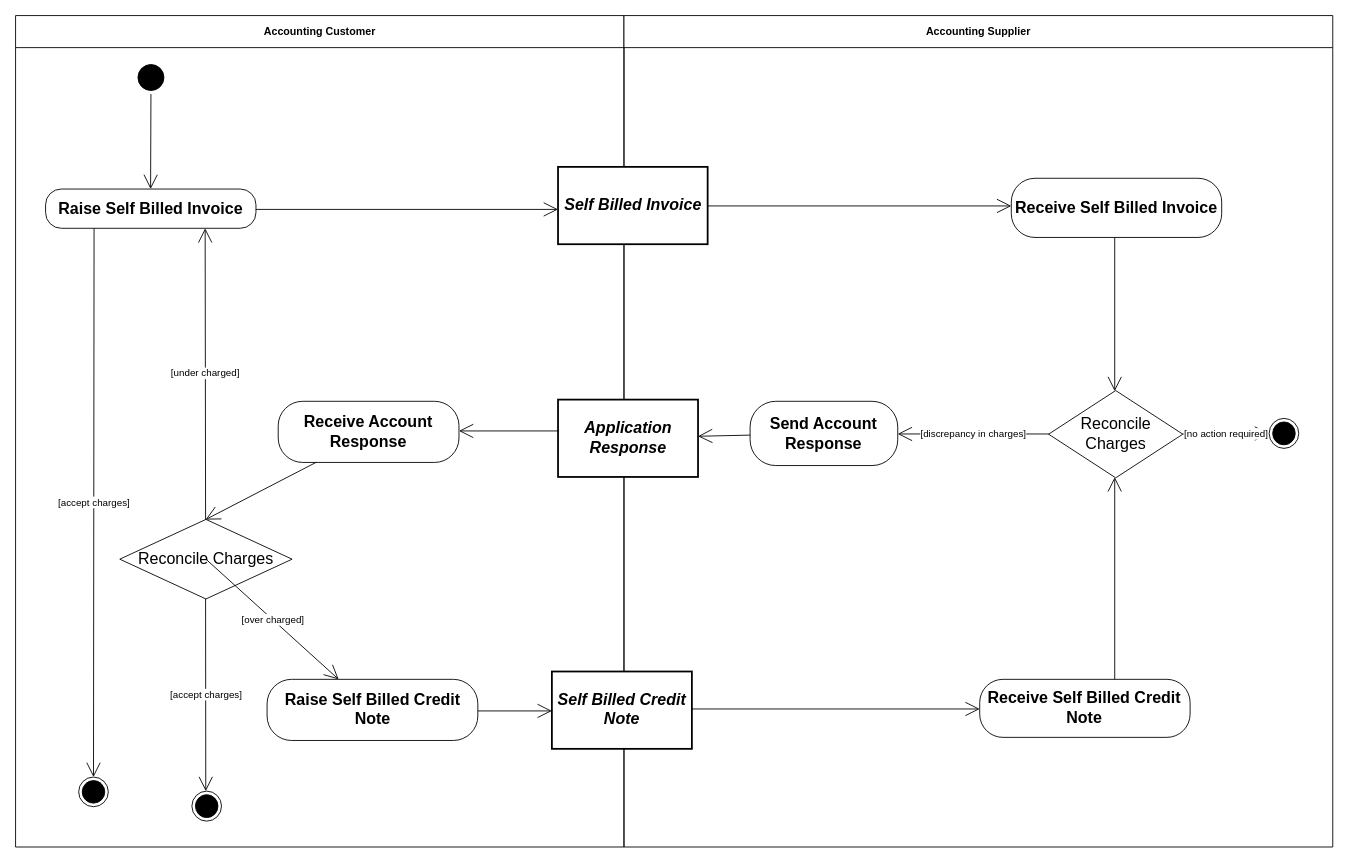
Earlier version of the draw.io diagram diagrams/UBL-2.0-SelfBillingwithSelfBilledCreditNoteProcess/UBL-2.0-SelfBillingwithSelfBilledCreditNoteProcess.drawio (kduvekot/ubl-work-on-svg-images). Source tidied: cells renumbered, new cells numbered last; positions are measured from the earlier drawing's top-left corner, leaving out a move shared by most shapes. Both pictures are drawn from the tidied source at 89%, with x=0, y=0 at pixel (15, 15).
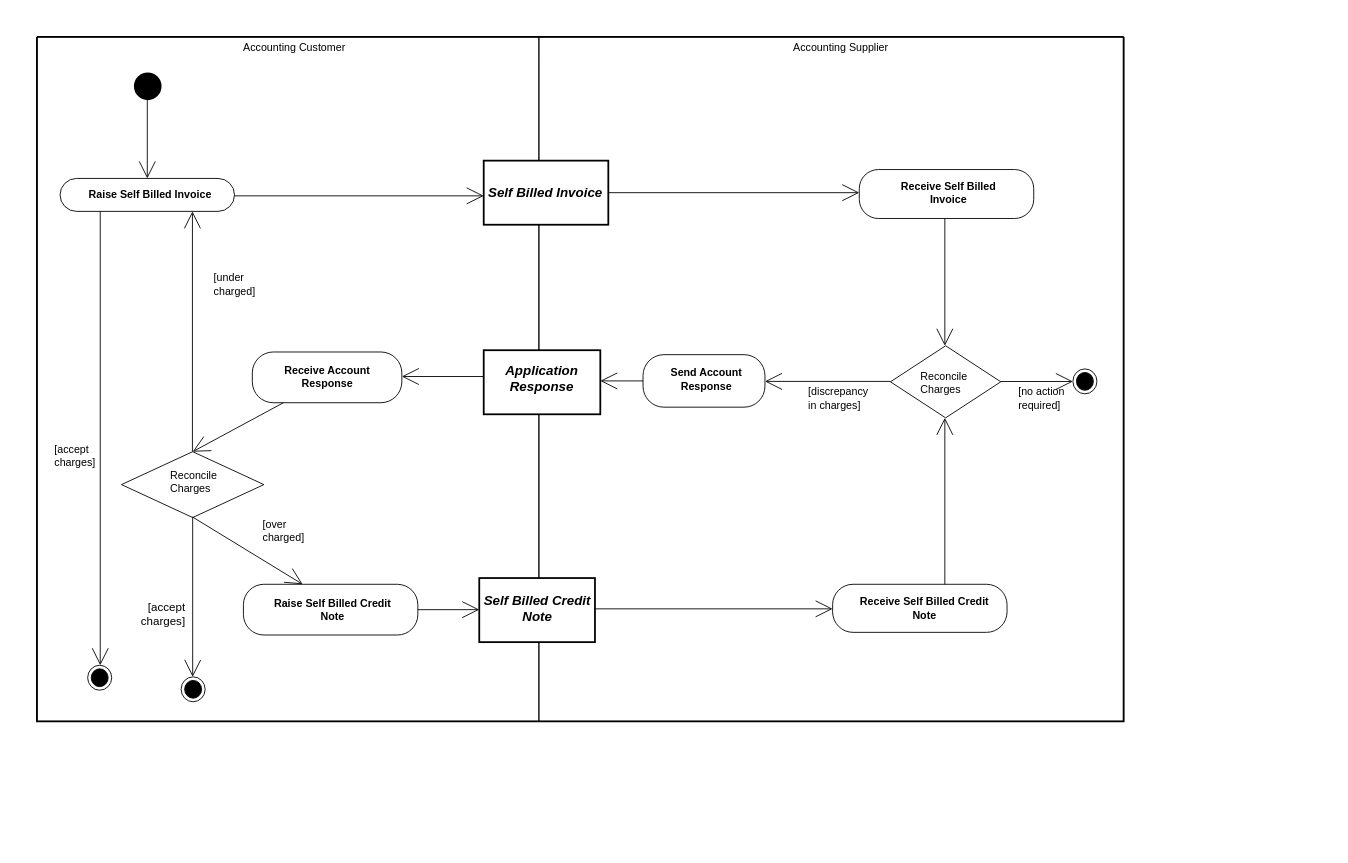
The same page after the edit.

Change to the diagram source:
```diff
@@
+    <mxCell id="35" style="swimlane;html=1;startSize=0;whiteSpace=wrap;fillColor=none;strokeWidth=2;" parent="1" vertex="1">
+      <mxGeometry x="24" y="24" width="1221" height="769" as="geometry" />
+    </mxCell>
-    <mxCell id="2" value="Accounting Customer" style="swimlane;whiteSpace=wrap;html=1;startSize=36;" parent="1" vertex="1">
-      <mxGeometry width="683.6" height="934.2" as="geometry" />
+    <mxCell id="2" value="Accounting Customer" style="swimlane;horizontal=1;startSize=24;swimlaneLine=0;html=1;fillColor=none;fontSize=12;fontStyle=0;spacing=0;spacingLeft=14;" parent="35" vertex="1">
+      <mxGeometry width="564" height="769" as="geometry" />
     </mxCell>
-    <mxCell id="3" value="Accounting Supplier" style="swimlane;whiteSpace=wrap;html=1;startSize=36;" parent="1" vertex="1">
-      <mxGeometry x="683.6" width="796.4" height="934.2" as="geometry" />
+    <mxCell id="3" value="Accounting Supplier" style="swimlane;horizontal=1;startSize=24;swimlaneLine=0;html=1;fillColor=none;fontSize=12;fontStyle=0;spacing=0;spacingLeft=20;" parent="35" vertex="1">
+      <mxGeometry x="564" width="657" height="769" as="geometry" />
     </mxCell>
-    <mxCell id="4" style="ellipse;html=1;shape=startState;fillColor=#000000;strokeColor=#000000;fontFamily=Helvetica;fontSize=18;" parent="1" vertex="1">
-      <mxGeometry x="133.5" y="51" width="37.2" height="37.2" as="geometry" />
+    <mxCell id="4" style="ellipse;shape=startState;fillColor=#000000;strokeColor=none;html=1;" parent="2" vertex="1">
+      <mxGeometry x="105" y="36" width="39" height="39" as="geometry" />
     </mxCell>
-    <mxCell id="5" value="Self Billed Invoice" style="rounded=0;whiteSpace=wrap;html=1;fontStyle=3;strokeWidth=2;fontFamily=Helvetica;fontSize=18;" parent="1" vertex="1">
-      <mxGeometry x="609.5" y="170" width="168.1" height="86.9" as="geometry" />
+    <mxCell id="5" value="Self Billed Invoice" style="rounded=0;html=1;whiteSpace=nowrap;fontSize=15;fontStyle=3;align=center;verticalAlign=middle;spacing=0;spacingRight=2;spacingBottom=3;strokeWidth=2;" parent="3" vertex="1">
+      <mxGeometry x="-62" y="139" width="140" height="72" as="geometry" />
     </mxCell>
-    <mxCell id="6" value="Receive Self Billed Invoice" style="rounded=1;arcSize=40;whiteSpace=wrap;html=1;fontStyle=1;fontFamily=Helvetica;fontSize=18;" parent="1" vertex="1">
-      <mxGeometry x="1118.8" y="182.8" width="236.4" height="66.5" as="geometry" />
+    <mxCell id="6" value="Receive Self Billed&lt;br&gt;Invoice" style="rounded=1;absoluteArcSize=1;arcSize=43;html=1;whiteSpace=nowrap;fontSize=12;fontStyle=1;align=center;verticalAlign=middle;spacing=0;spacingLeft=3;spacingBottom=3;" parent="3" vertex="1">
+      <mxGeometry x="360" y="149" width="196" height="55" as="geometry" />
     </mxCell>
-    <mxCell id="7" value="Raise Self Billed Invoice" style="rounded=1;arcSize=40;whiteSpace=wrap;html=1;fontStyle=1;fontFamily=Helvetica;fontSize=18;" parent="1" vertex="1">
-      <mxGeometry x="33.7" y="194.9" width="236.4" height="44.1" as="geometry" />
+    <mxCell id="7" value="Raise Self Billed Invoice" style="rounded=1;absoluteArcSize=1;arcSize=46;html=1;whiteSpace=nowrap;fontSize=12;fontStyle=1;align=center;verticalAlign=middle;spacing=0;spacingLeft=6;" parent="2" vertex="1">
+      <mxGeometry x="26" y="159" width="196" height="37" as="geometry" />
     </mxCell>
-    <mxCell id="8" value="Reconcile Charges" style="rhombus;whiteSpace=wrap;html=1;fontFamily=Helvetica;fontSize=18;" parent="1" vertex="1">
-      <mxGeometry x="1160.7" y="421.3" width="150.8" height="98.1" as="geometry" />
+    <mxCell id="8" value="Reconcile&lt;br&gt;Charges" style="rhombus;html=1;whiteSpace=nowrap;fontSize=12;fontStyle=0;align=left;verticalAlign=middle;spacing=0;spacingLeft=34;spacingTop=2;" parent="3" vertex="1">
+      <mxGeometry x="395" y="347" width="124" height="81" as="geometry" />
     </mxCell>
-    <mxCell id="9" value="Receive Account Response" style="rounded=1;arcSize=40;whiteSpace=wrap;html=1;fontStyle=1;fontFamily=Helvetica;fontSize=18;" parent="1" vertex="1">
-      <mxGeometry x="295.1" y="433.4" width="203.1" height="68.7" as="geometry" />
+    <mxCell id="9" value="Receive Account&lt;br&gt;Response" style="rounded=1;absoluteArcSize=1;arcSize=47;html=1;whiteSpace=nowrap;fontSize=12;fontStyle=1;align=center;verticalAlign=middle;spacing=0;spacingBottom=2;" parent="2" vertex="1">
+      <mxGeometry x="242" y="354" width="168" height="57" as="geometry" />
     </mxCell>
-    <mxCell id="10" value="Application Response" style="rounded=0;whiteSpace=wrap;html=1;fontStyle=3;strokeWidth=2;fontFamily=Helvetica;fontSize=18;" parent="1" vertex="1">
-      <mxGeometry x="609.5" y="431.5" width="157.3" height="86.9" as="geometry" />
+    <mxCell id="10" value="Application&lt;br&gt;Response" style="rounded=0;html=1;whiteSpace=nowrap;fontSize=15;fontStyle=3;align=center;verticalAlign=middle;spacing=0;spacingRight=2;spacingBottom=10;strokeWidth=2;" parent="3" vertex="1">
+      <mxGeometry x="-62" y="352" width="131" height="72" as="geometry" />
     </mxCell>
-    <mxCell id="11" value="Send Account Response" style="rounded=1;arcSize=40;whiteSpace=wrap;html=1;fontStyle=1;fontFamily=Helvetica;fontSize=18;" parent="1" vertex="1">
-      <mxGeometry x="825.3" y="433.4" width="165.9" height="72.2" as="geometry" />
+    <mxCell id="11" value="Send Account&lt;br&gt;Response" style="rounded=1;absoluteArcSize=1;arcSize=47;html=1;whiteSpace=nowrap;fontSize=12;fontStyle=1;align=center;verticalAlign=middle;spacing=0;spacingLeft=4;spacingBottom=4;" parent="3" vertex="1">
+      <mxGeometry x="117" y="357" width="137" height="59" as="geometry" />
     </mxCell>
-    <mxCell id="12" style="ellipse;html=1;shape=endState;fillColor=#000000;strokeColor=#000000;fontFamily=Helvetica;fontSize=18;" parent="1" vertex="1">
-      <mxGeometry x="1408.5" y="452.6" width="33.3" height="33.7" as="geometry" />
+    <mxCell id="12" style="ellipse;shape=endState;fillColor=#000000;html=1;" parent="3" vertex="1">
+      <mxGeometry x="600" y="373" width="27" height="28" as="geometry" />
     </mxCell>
-    <mxCell id="13" value="Reconcile Charges" style="rhombus;whiteSpace=wrap;html=1;fontFamily=Helvetica;fontSize=18;" parent="1" vertex="1">
-      <mxGeometry x="117.1" y="566.1" width="193.6" height="89.4" as="geometry" />
+    <mxCell id="13" value="Reconcile&lt;br&gt;Charges" style="rhombus;html=1;whiteSpace=nowrap;fontSize=12;fontStyle=0;align=left;verticalAlign=middle;spacing=0;spacingLeft=55;spacingBottom=6;" parent="2" vertex="1">
+      <mxGeometry x="95" y="466" width="160" height="74" as="geometry" />
     </mxCell>
-    <mxCell id="14" value="Self Billed Credit Note" style="rounded=0;whiteSpace=wrap;html=1;fontStyle=3;strokeWidth=2;fontFamily=Helvetica;fontSize=18;" parent="1" vertex="1">
-      <mxGeometry x="602.6" y="737" width="157.3" height="86.9" as="geometry" />
+    <mxCell id="14" value="Self Billed Credit&lt;br&gt;Note" style="rounded=0;html=1;whiteSpace=nowrap;fontSize=15;fontStyle=3;align=center;verticalAlign=middle;spacing=0;spacingRight=1;spacingBottom=4;strokeWidth=2;" parent="3" vertex="1">
+      <mxGeometry x="-67" y="608" width="130" height="72" as="geometry" />
     </mxCell>
-    <mxCell id="15" value="Raise Self Billed Credit Note" style="rounded=1;arcSize=40;whiteSpace=wrap;html=1;fontStyle=1;fontFamily=Helvetica;fontSize=18;" parent="1" vertex="1">
-      <mxGeometry x="282.6" y="745.8" width="236.8" height="68.7" as="geometry" />
+    <mxCell id="15" value="Raise Self Billed Credit&lt;br&gt;Note" style="rounded=1;absoluteArcSize=1;arcSize=46;html=1;whiteSpace=nowrap;fontSize=12;fontStyle=1;align=center;verticalAlign=middle;spacing=0;spacingLeft=4;" parent="2" vertex="1">
+      <mxGeometry x="232" y="615" width="196" height="57" as="geometry" />
     </mxCell>
-    <mxCell id="16" value="Receive Self Billed Credit Note" style="rounded=1;arcSize=40;whiteSpace=wrap;html=1;fontStyle=1;fontFamily=Helvetica;fontSize=18;" parent="1" vertex="1">
-      <mxGeometry x="1083.3" y="745.8" width="236.4" height="65.2" as="geometry" />
+    <mxCell id="16" value="Receive Self Billed Credit&lt;br&gt;Note" style="rounded=1;absoluteArcSize=1;arcSize=46;html=1;whiteSpace=nowrap;fontSize=12;fontStyle=1;align=center;verticalAlign=middle;spacing=0;spacingLeft=9;spacingBottom=1;" parent="3" vertex="1">
+      <mxGeometry x="330" y="615" width="196" height="54" as="geometry" />
     </mxCell>
-    <mxCell id="17" style="ellipse;html=1;shape=endState;fillColor=#000000;strokeColor=#000000;fontFamily=Helvetica;fontSize=18;" parent="1" vertex="1">
-      <mxGeometry x="70.9" y="855.6" width="33.3" height="33.3" as="geometry" />
+    <mxCell id="17" style="ellipse;shape=endState;fillColor=#000000;html=1;" parent="2" vertex="1">
+      <mxGeometry x="57" y="706" width="27" height="28" as="geometry" />
     </mxCell>
-    <mxCell id="18" style="ellipse;html=1;shape=endState;fillColor=#000000;strokeColor=#000000;fontFamily=Helvetica;fontSize=18;" parent="1" vertex="1">
-      <mxGeometry x="198.1" y="871.4" width="33.3" height="33.7" as="geometry" />
+    <mxCell id="18" style="ellipse;shape=endState;fillColor=#000000;html=1;" parent="2" vertex="1">
+      <mxGeometry x="162" y="719" width="27" height="28" as="geometry" />
     </mxCell>
-    <mxCell id="19" style="edgeStyle=none;rounded=0;html=1;endArrow=open;endFill=0;endSize=14;exitX=0.4892;exitY=1.0;entryX=0.4992;entryY=0.0;" parent="1" edge="1" source="4" target="7">
+    <mxCell id="19" style="edgeStyle=none;rounded=0;html=1;endArrow=open;endFill=0;endSize=17;exitPerimeter=0;entryX=0.5;entryY=0;entryPerimeter=0;exitX=0.487179;exitY=0.8969;" parent="2" edge="1" source="4" target="7">
       <mxGeometry relative="1" as="geometry" />
     </mxCell>
-    <mxCell id="20" style="edgeStyle=none;rounded=0;html=1;endArrow=open;endFill=0;endSize=14;exitX=1.0;exitY=0.5052;entryX=0.0;entryY=0.4677;" parent="1" edge="1" source="5" target="6">
+    <mxCell id="20" style="edgeStyle=none;rounded=0;html=1;endArrow=open;endFill=0;endSize=17;exitX=1;exitY=0.5;exitPerimeter=0;entryPerimeter=0;entryX=0;entryY=0.472727;" parent="3" edge="1" source="5" target="6">
       <mxGeometry relative="1" as="geometry" />
     </mxCell>
-    <mxCell id="21" style="edgeStyle=none;rounded=0;html=1;endArrow=open;endFill=0;endSize=14;exitX=1.0;exitY=0.5193;entryX=0.0;entryY=0.5501;" parent="1" edge="1" source="7" target="5">
+    <mxCell id="21" style="edgeStyle=none;rounded=0;html=1;endArrow=open;endFill=0;endSize=17;exitPerimeter=0;entryX=0;entryY=0.5494;entryPerimeter=0;exitX=1;exitY=0.528562;" parent="35" edge="1" source="7" target="5">
       <mxGeometry relative="1" as="geometry" />
     </mxCell>
-    <mxCell id="22" value="[accept charges]" style="edgeStyle=none;rounded=0;html=1;endArrow=open;endFill=0;endSize=14;exitX=0.2305;exitY=1.0;entryX=0.5195;entryY=0.0;" parent="1" edge="1" source="7" target="17">
-      <mxGeometry relative="1" as="geometry" />
+    <mxCell id="22" value="[accept&lt;br&gt;charges]" style="edgeStyle=none;rounded=0;html=1;endArrow=open;endFill=0;endSize=17;exitPerimeter=0;entryX=0.5236;entryY=0;entryPerimeter=0;fontSize=12;fontStyle=0;align=left;verticalAlign=middle;labelBackgroundColor=none;exitX=0.230292;exitY=1;" parent="2" edge="1" source="7" target="17">
+      <mxGeometry x="0.08" relative="1" as="geometry">
+        <mxPoint x="-53" as="offset" />
+      </mxGeometry>
     </mxCell>
-    <mxCell id="23" value="[under charged]" style="edgeStyle=none;rounded=0;html=1;endArrow=open;endFill=0;endSize=14;exitX=0.4979;exitY=0.0;entryX=0.7585;entryY=1.0;" parent="1" edge="1" source="13" target="7">
-      <mxGeometry relative="1" as="geometry" />
+    <mxCell id="23" value="[under&lt;br&gt;charged]" style="edgeStyle=none;rounded=0;html=1;endArrow=open;endFill=0;endSize=17;exitPerimeter=0;entryX=0.7587;entryY=1;entryPerimeter=0;fontSize=12;fontStyle=0;align=left;verticalAlign=middle;labelBackgroundColor=none;exitX=0.498158;exitY=0;" parent="2" edge="1" source="13" target="7">
+      <mxGeometry x="0.39" relative="1" as="geometry">
+        <mxPoint x="22" as="offset" />
+      </mxGeometry>
     </mxCell>
-    <mxCell id="24" style="edgeStyle=none;rounded=0;html=1;endArrow=open;endFill=0;endSize=14;exitX=0.4915;exitY=1.0;entryX=0.4927;entryY=0.0;" parent="1" edge="1" source="6" target="8">
+    <mxCell id="24" style="edgeStyle=none;rounded=0;html=1;endArrow=open;endFill=0;endSize=17;exitPerimeter=0;entryX=0.4928;entryY=0;entryPerimeter=0;exitX=0.490343;exitY=1;" parent="3" edge="1" source="6" target="8">
       <mxGeometry relative="1" as="geometry" />
     </mxCell>
-    <mxCell id="25" style="edgeStyle=none;rounded=0;html=1;endArrow=open;endFill=0;endSize=14;exitX=0.0;exitY=0.4051;entryX=1.0;entryY=0.4847;" parent="1" edge="1" source="10" target="9">
+    <mxCell id="25" style="edgeStyle=none;rounded=0;html=1;endArrow=open;endFill=0;endSize=17;exitPerimeter=0;entryX=1;entryY=0.4833;entryPerimeter=0;exitX=0;exitY=0.41039;" parent="35" edge="1" source="10" target="9">
       <mxGeometry relative="1" as="geometry" />
     </mxCell>
-    <mxCell id="26" value="[discrepancy in charges]" style="edgeStyle=none;rounded=0;html=1;endArrow=open;endFill=0;endSize=14;exitX=0.0;exitY=0.4975;entryX=1.0;entryY=0.5083;" parent="1" edge="1" source="8" target="11">
-      <mxGeometry relative="1" as="geometry" />
+    <mxCell id="26" value="[discrepancy&lt;br&gt;in charges]" style="edgeStyle=none;rounded=0;html=1;endArrow=open;endFill=0;endSize=17;exitPerimeter=0;entryX=1;entryY=0.5092;entryPerimeter=0;fontSize=12;fontStyle=0;align=left;verticalAlign=middle;labelBackgroundColor=none;exitX=0;exitY=0.494356;" parent="3" edge="1" source="8" target="11">
+      <mxGeometry x="0.34" relative="1" as="geometry">
+        <mxPoint y="19" as="offset" />
+      </mxGeometry>
     </mxCell>
-    <mxCell id="27" value="[no action required]" style="edgeStyle=none;rounded=0;html=1;endArrow=open;endFill=0;endSize=14;exitX=1.0;exitY=0.4975;entryX=0.0;entryY=0.5074;" parent="1" edge="1" source="8" target="12">
-      <mxGeometry relative="1" as="geometry" />
+    <mxCell id="27" value="[no action&lt;br&gt;required]" style="edgeStyle=none;rounded=0;html=1;endArrow=open;endFill=0;endSize=17;exitPerimeter=0;entryX=0;entryY=0.5054;entryPerimeter=0;fontSize=12;fontStyle=0;align=left;verticalAlign=middle;labelBackgroundColor=none;exitX=1;exitY=0.495694;" parent="3" edge="1" source="8" target="12">
+      <mxGeometry x="-0.55" relative="1" as="geometry">
+        <mxPoint y="19" as="offset" />
+      </mxGeometry>
     </mxCell>
-    <mxCell id="28" style="edgeStyle=none;rounded=0;html=1;endArrow=open;endFill=0;endSize=14;exitX=0.0;exitY=0.5263;entryX=1.0;entryY=0.4741;" parent="1" edge="1" source="11" target="10">
+    <mxCell id="28" style="edgeStyle=none;rounded=0;html=1;endArrow=open;endFill=0;endSize=17;exitX=0;exitY=0.5;exitPerimeter=0;entryPerimeter=0;entryX=1;entryY=0.479167;" parent="3" edge="1" source="11" target="10">
       <mxGeometry relative="1" as="geometry" />
     </mxCell>
-    <mxCell id="29" style="edgeStyle=none;rounded=0;html=1;endArrow=open;endFill=0;endSize=14;exitX=0.2088;exitY=1.0;entryX=0.4979;entryY=0.0;" parent="1" edge="1" source="9" target="13">
+    <mxCell id="29" style="edgeStyle=none;rounded=0;html=1;endArrow=open;endFill=0;endSize=17;exitX=0.2082;exitY=1;exitPerimeter=0;entryX=0.5;entryY=0;entryPerimeter=0;" parent="2" edge="1" source="9" target="13">
       <mxGeometry relative="1" as="geometry" />
     </mxCell>
-    <mxCell id="30" style="edgeStyle=none;rounded=0;html=1;endArrow=open;endFill=0;endSize=14;exitX=0.6417;exitY=0.0;entryX=0.4927;entryY=1.0;" parent="1" edge="1" source="16" target="8">
+    <mxCell id="30" style="edgeStyle=none;rounded=0;html=1;endArrow=open;endFill=0;endSize=17;exitPerimeter=0;entryX=0.4928;entryY=1;entryPerimeter=0;exitX=0.643404;exitY=0;" parent="3" edge="1" source="16" target="8">
       <mxGeometry relative="1" as="geometry" />
     </mxCell>
-    <mxCell id="31" value="[accept charges]" style="edgeStyle=none;rounded=0;html=1;endArrow=open;endFill=0;endSize=14;exitX=0.4979;exitY=1.0;entryX=0.4625;entryY=0.0;" parent="1" edge="1" source="13" target="18">
-      <mxGeometry relative="1" as="geometry" />
+    <mxCell id="31" value="[accept&lt;br&gt;charges]" style="edgeStyle=none;rounded=0;html=1;endArrow=open;endFill=0;endSize=17;exitX=0.5;exitY=1;exitPerimeter=0;entryPerimeter=0;fontSize=13;fontStyle=0;align=right;verticalAlign=middle;labelBackgroundColor=none;entryX=0.481481;entryY=0;" parent="2" edge="1" source="13" target="18">
+      <mxGeometry x="0.21" relative="1" as="geometry">
+        <mxPoint x="-7" as="offset" />
+      </mxGeometry>
     </mxCell>
-    <mxCell id="32" value="[over charged]" style="edgeStyle=none;rounded=0;html=1;endArrow=open;endFill=0;endSize=14;exitX=0.4979;exitY=0.9911;entryX=0.3395;entryY=0.0;" parent="1" edge="1" source="13" target="15">
-      <mxGeometry relative="1" as="geometry" />
+    <mxCell id="32" value="[over&lt;br&gt;charged]" style="edgeStyle=none;rounded=0;html=1;endArrow=open;endFill=0;endSize=17;exitX=0.4981;exitY=0.9905;exitPerimeter=0;entryX=0.3393;entryY=0;entryPerimeter=0;fontSize=12;fontStyle=0;align=left;verticalAlign=middle;labelBackgroundColor=none;" parent="2" edge="1" source="13" target="15">
+      <mxGeometry x="0.02" relative="1" as="geometry">
+        <mxPoint x="14" y="-23" as="offset" />
+      </mxGeometry>
     </mxCell>
-    <mxCell id="33" style="edgeStyle=none;rounded=0;html=1;endArrow=open;endFill=0;endSize=14;exitX=1.0;exitY=0.4845;entryX=0.0;entryY=0.5107;" parent="1" edge="1" source="14" target="16">
+    <mxCell id="33" style="edgeStyle=none;rounded=0;html=1;endArrow=open;endFill=0;endSize=17;exitPerimeter=0;entryX=0;entryY=0.5111;entryPerimeter=0;exitX=1;exitY=0.480547;" parent="3" edge="1" source="14" target="16">
       <mxGeometry relative="1" as="geometry" />
     </mxCell>
-    <mxCell id="34" style="edgeStyle=none;rounded=0;html=1;endArrow=open;endFill=0;endSize=14;exitX=1.0;exitY=0.5167;entryX=0.0;entryY=0.5098;" parent="1" edge="1" source="15" target="14">
+    <mxCell id="34" style="edgeStyle=none;rounded=0;html=1;endArrow=open;endFill=0;endSize=17;exitX=1;exitY=0.5;exitPerimeter=0;entryPerimeter=0;entryX=0;entryY=0.493056;" parent="35" edge="1" source="15" target="14">
       <mxGeometry relative="1" as="geometry" />
     </mxCell>
```
